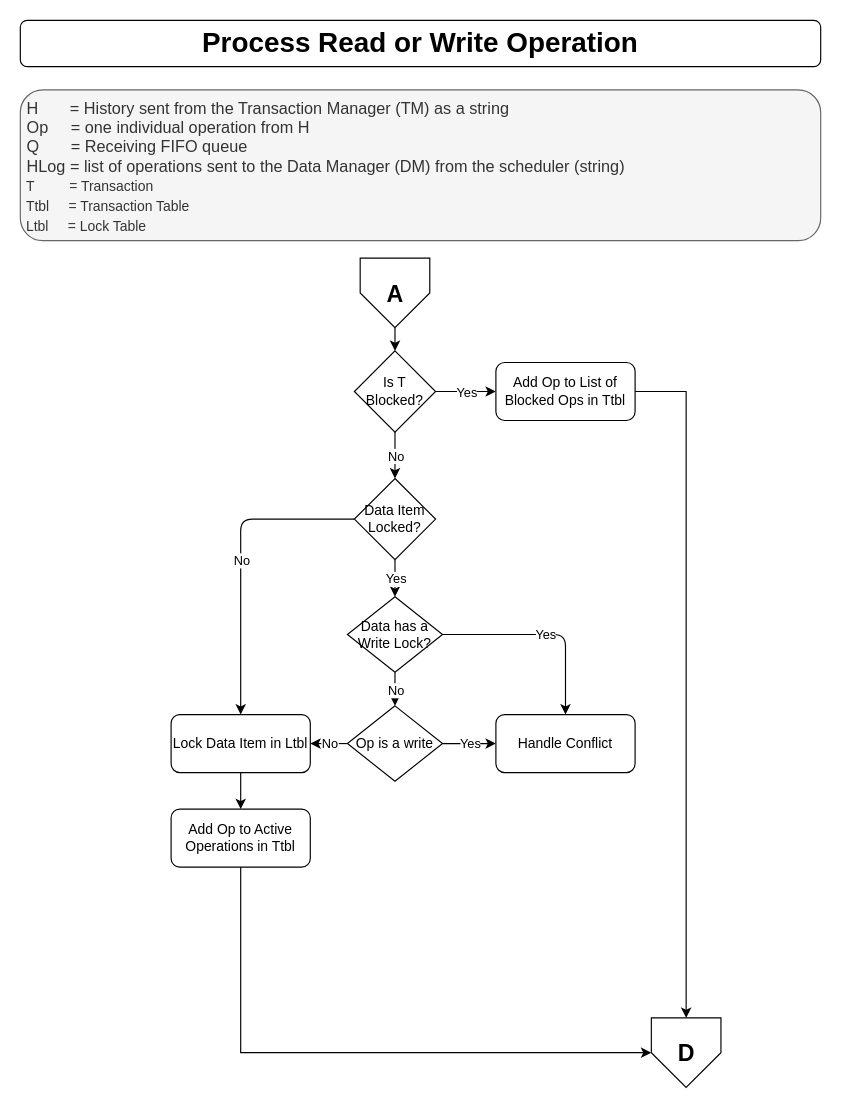
This is Design/CS 5570 Team4 Design - Scheduler - Process RW.drawio from Rod-Skoglund/CS5570-Project, a draw.io file, before an edit. Source tidied: cells renumbered, new cells numbered last; positions are measured from the earlier drawing's top-left corner, leaving out a move shared by most shapes. Both pictures are drawn from the tidied source at 116%, with x=0, y=0 at pixel (20, 20).
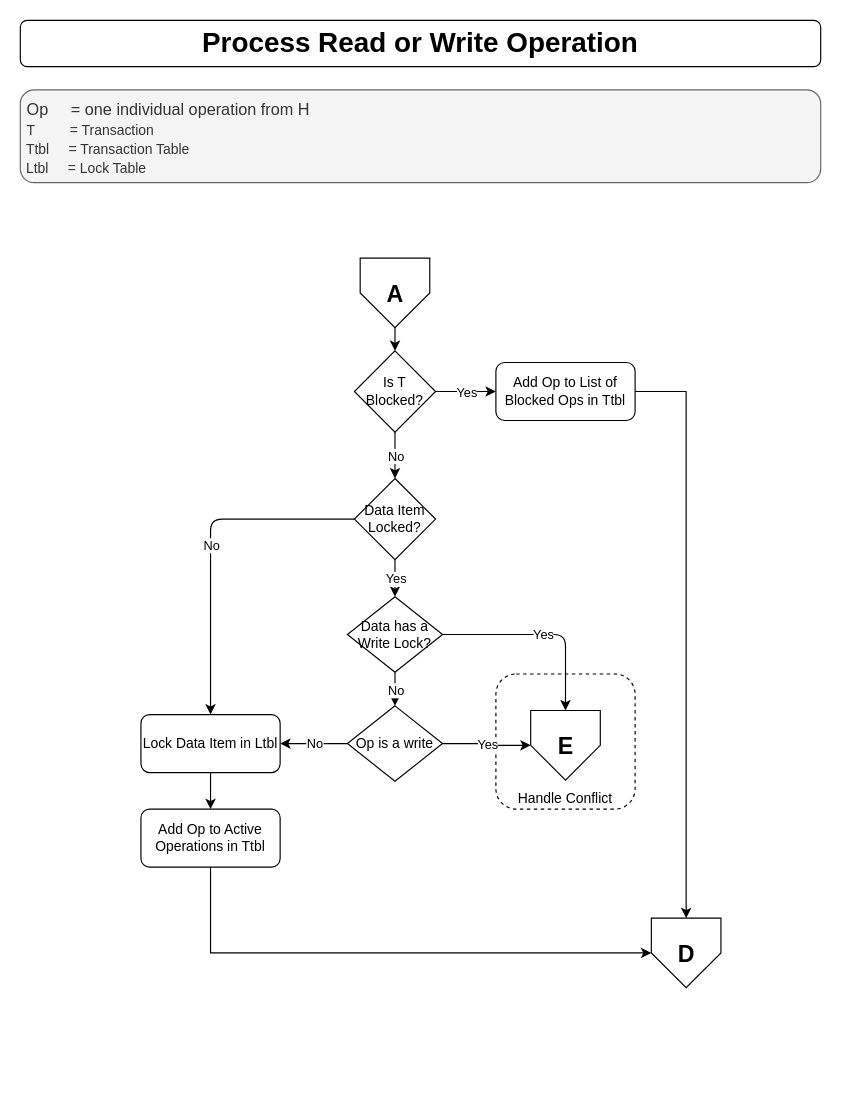
Above is the later version.

Commit message:
Finished RW but need Conflict Handling page

The change refers to these unchanged cells:
```xml
<mxCell id="16" value="Data Item Locked?" style="rhombus;whiteSpace=wrap;html=1;" parent="1" vertex="1">
  <mxGeometry x="288" y="395" width="70" height="70" as="geometry" />
</mxCell>
<mxCell id="24" value="Data has a Write Lock?" style="rhombus;whiteSpace=wrap;html=1;" parent="1" vertex="1">
  <mxGeometry x="282" y="497" width="82" height="65" as="geometry" />
</mxCell>
<mxCell id="25" value="Op is a write" style="rhombus;whiteSpace=wrap;html=1;" parent="1" vertex="1">
  <mxGeometry x="282" y="591" width="82" height="65" as="geometry" />
</mxCell>
```

Change to the diagram source:
```diff
@@
-    <mxCell id="3" value="&amp;nbsp;H&amp;nbsp; &amp;nbsp; &amp;nbsp; &amp;nbsp;= History sent from the Transaction Manager (TM) as a string&lt;br&gt;&amp;nbsp;Op&amp;nbsp; &amp;nbsp; &amp;nbsp;= one individual operation from H&lt;br&gt;&amp;nbsp;Q&amp;nbsp; &amp;nbsp; &amp;nbsp; &amp;nbsp;= Receiving FIFO queue&lt;br&gt;&amp;nbsp;HLog = list of operations sent to the Data Manager (DM) from the scheduler (string)&lt;br&gt;&lt;span style=&quot;text-align: center ; font-size: 12px&quot;&gt;&lt;font style=&quot;font-size: 12px&quot;&gt;&amp;nbsp;T&amp;nbsp; &amp;nbsp; &amp;nbsp; &amp;nbsp; &amp;nbsp;= Transaction&lt;br&gt;&amp;nbsp;Ttbl&amp;nbsp; &amp;nbsp; &amp;nbsp;= Transaction Table&lt;br&gt;&amp;nbsp;Ltbl&amp;nbsp; &amp;nbsp; &amp;nbsp;= Lock Table&lt;br&gt;&lt;/font&gt;&lt;/span&gt;" style="text;html=1;align=left;verticalAlign=middle;whiteSpace=wrap;rounded=1;fontSize=14;labelBorderColor=none;spacingTop=2;spacingLeft=0;spacingBottom=0;spacingRight=0;spacing=2;perimeterSpacing=0;strokeWidth=1;labelPadding=-1;fillColor=#f5f5f5;strokeColor=#666666;fontColor=#333333;" parent="1" vertex="1">
-      <mxGeometry y="60" width="690" height="130" as="geometry" />
+    <mxCell id="3" value="&amp;nbsp;Op&amp;nbsp; &amp;nbsp; &amp;nbsp;= one individual operation from H&lt;br&gt;&amp;nbsp;&lt;span style=&quot;text-align: center ; font-size: 12px&quot;&gt;&lt;font style=&quot;font-size: 12px&quot;&gt;T&amp;nbsp; &amp;nbsp; &amp;nbsp; &amp;nbsp; &amp;nbsp;= Transaction&lt;br&gt;&amp;nbsp;Ttbl&amp;nbsp; &amp;nbsp; &amp;nbsp;= Transaction Table&lt;br&gt;&amp;nbsp;Ltbl&amp;nbsp; &amp;nbsp; &amp;nbsp;= Lock Table&lt;br&gt;&lt;/font&gt;&lt;/span&gt;" style="text;html=1;align=left;verticalAlign=top;whiteSpace=wrap;rounded=1;fontSize=14;labelBorderColor=none;spacingTop=2;spacingLeft=0;spacingBottom=0;spacingRight=0;spacing=2;perimeterSpacing=0;strokeWidth=1;labelPadding=-1;fillColor=#f5f5f5;strokeColor=#666666;fontColor=#333333;" parent="1" vertex="1">
+      <mxGeometry y="60" width="690" height="80" as="geometry" />
     </mxCell>
@@
     <mxCell id="9" value="D" style="verticalLabelPosition=middle;verticalAlign=middle;html=1;shape=offPageConnector;rounded=0;size=0.5;labelPosition=center;align=center;fontSize=20;fontStyle=1;" parent="1" vertex="1">
-      <mxGeometry x="544" y="860" width="60" height="60" as="geometry" />
+      <mxGeometry x="544" y="774" width="60" height="60" as="geometry" />
     </mxCell>
@@
-    <mxCell id="15" value="Handle Conflict" style="rounded=1;whiteSpace=wrap;html=1;fontSize=12;glass=0;strokeWidth=1;shadow=0;" parent="1" vertex="1">
-      <mxGeometry x="410" y="598.5" width="120" height="50" as="geometry" />
+    <mxCell id="15" value="Handle Conflict" style="rounded=1;whiteSpace=wrap;html=1;fontSize=12;glass=0;strokeWidth=1;shadow=0;dashed=1;verticalAlign=bottom;" parent="1" vertex="1">
+      <mxGeometry x="410" y="563.5" width="120" height="116.5" as="geometry" />
     </mxCell>
@@
     <mxCell id="19" value="Lock Data Item in Ltbl" style="rounded=1;whiteSpace=wrap;html=1;fontSize=12;glass=0;strokeWidth=1;shadow=0;" parent="1" vertex="1">
-      <mxGeometry x="130" y="598.5" width="120" height="50" as="geometry" />
+      <mxGeometry x="104" y="598.5" width="120" height="50" as="geometry" />
     </mxCell>
-    <mxCell id="20" style="endArrow=classic;html=1;edgeStyle=orthogonalEdgeStyle;entryX=0.5;entryY=0;entryDx=0;entryDy=0;exitX=0;exitY=0.5;exitDx=0;exitDy=0;" parent="1" edge="1" source="16" target="19">
+    <mxCell id="20" style="endArrow=classic;html=1;edgeStyle=orthogonalEdgeStyle;exitX=0;exitY=0.5;exitDx=0;exitDy=0;entryX=0.5;entryY=0;entryDx=0;entryDy=0;" parent="1" edge="1" source="16" target="19">
       <mxGeometry x="320" y="295" as="geometry">
         <Array as="points">
-          <mxPoint x="190" y="430" />
+          <mxPoint x="164" y="430" />
         </Array>
       </mxGeometry>
     </mxCell>
@@
     <mxCell id="22" value="Add Op to Active Operations in Ttbl" style="rounded=1;whiteSpace=wrap;html=1;fontSize=12;glass=0;strokeWidth=1;shadow=0;" parent="1" vertex="1">
-      <mxGeometry x="130" y="680" width="120" height="50" as="geometry" />
+      <mxGeometry x="104" y="680" width="120" height="50" as="geometry" />
     </mxCell>
     <mxCell id="23" style="edgeStyle=orthogonalEdgeStyle;rounded=0;jettySize=auto;html=1;entryX=0.5;entryY=0;entryDx=0;entryDy=0;exitX=0.5;exitY=1;exitDx=0;exitDy=0;" parent="1" edge="1" source="19" target="22">
-      <mxGeometry x="320" y="490" as="geometry" />
+      <mxGeometry x="294" y="490" as="geometry" />
     </mxCell>
@@
-    <mxCell id="30" style="endArrow=classic;html=1;exitX=1;exitY=0.5;exitDx=0;exitDy=0;entryX=0.5;entryY=0;entryDx=0;entryDy=0;edgeStyle=orthogonalEdgeStyle;" parent="1" edge="1" source="24" target="15">
+    <mxCell id="30" style="endArrow=classic;html=1;exitX=1;exitY=0.5;exitDx=0;exitDy=0;entryX=0.5;entryY=0;entryDx=0;entryDy=0;edgeStyle=orthogonalEdgeStyle;" parent="1" edge="1" source="24" target="34">
       <mxGeometry x="320" y="295" as="geometry" />
     </mxCell>
@@
-    <mxCell id="32" style="endArrow=classic;html=1;exitX=1;exitY=0.5;exitDx=0;exitDy=0;entryX=0;entryY=0.5;entryDx=0;entryDy=0;edgeStyle=orthogonalEdgeStyle;" parent="1" edge="1" source="25" target="15">
+    <mxCell id="32" style="endArrow=classic;html=1;exitX=1;exitY=0.5;exitDx=0;exitDy=0;entryX=0;entryY=0.5;entryDx=0;entryDy=0;edgeStyle=orthogonalEdgeStyle;" parent="1" edge="1" source="25" target="34">
       <mxGeometry x="330" y="305" as="geometry" />
     </mxCell>
@@
+    <mxCell id="34" value="E" style="verticalLabelPosition=middle;verticalAlign=middle;html=1;shape=offPageConnector;rounded=0;size=0.5;labelPosition=center;align=center;fontSize=20;fontStyle=1;" parent="1" vertex="1">
+      <mxGeometry x="440" y="595" width="60" height="60" as="geometry" />
+    </mxCell>
```
